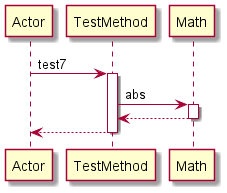
The PlantUML diagram Diagrams/test7.png in manucapo/Gardener, before a commit.
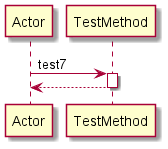
Above is the later version.

Change to the diagram source:
```diff
@@ -2,9 +2,5 @@
 participant Actor
 Actor -> TestMethod: test7
 activate TestMethod
-TestMethod -> Math: abs
-activate Math
-Math-->TestMethod
-deactivate Math
 return
 @enduml
```
